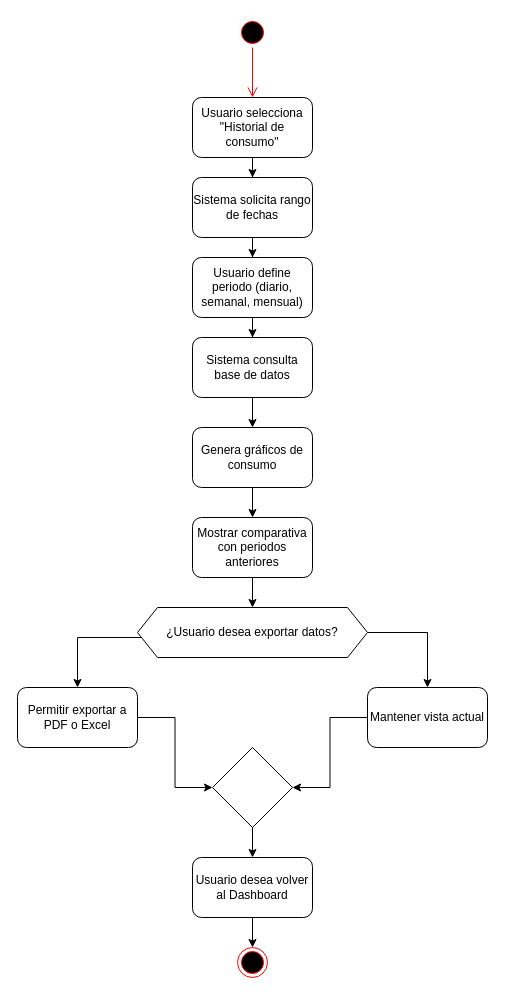
Earlier version of the draw.io diagram Flujos de interaccion de usuario-/Flujos de interaccion de usuario/Consulta Historial de Consumo.drawio (Juan-Cortes2045/Documentacion-proyecto-Monitor-de-consumo-electrico). Source tidied: cells renumbered, new cells numbered last; positions are measured from the earlier drawing's top-left corner, leaving out a move shared by most shapes. Both pictures are drawn from the tidied source at 100%, with x=0, y=0 at pixel (17, 17).
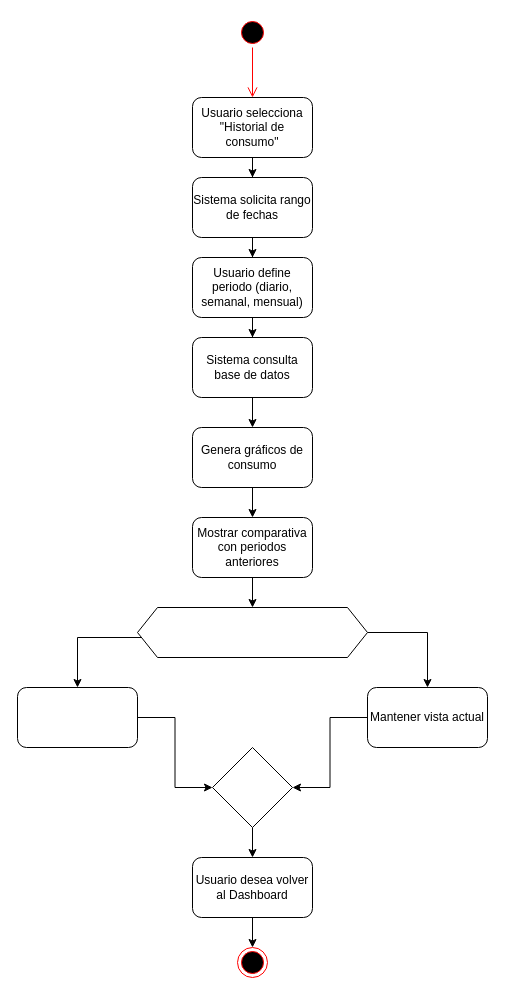
After the change.

Diff of the diagram source:
```diff
@@
-    <mxCell id="18" value="¿Usuario desea exportar datos?" style="shape=hexagon;perimeter=hexagonPerimeter2;whiteSpace=wrap;html=1;fixedSize=1;" parent="1" vertex="1">
+    <mxCell id="18" style="shape=hexagon;perimeter=hexagonPerimeter2;whiteSpace=wrap;html=1;fixedSize=1;" parent="1" vertex="1">
       <mxGeometry x="120" y="590" width="230" height="50" as="geometry" />
     </mxCell>
@@
-    <mxCell id="20" value="Permitir exportar a PDF o Excel" style="rounded=1;whiteSpace=wrap;html=1;" parent="1" vertex="1">
+    <mxCell id="20" style="rounded=1;whiteSpace=wrap;html=1;" parent="1" vertex="1">
       <mxGeometry y="670" width="120" height="60" as="geometry" />
     </mxCell>
```
